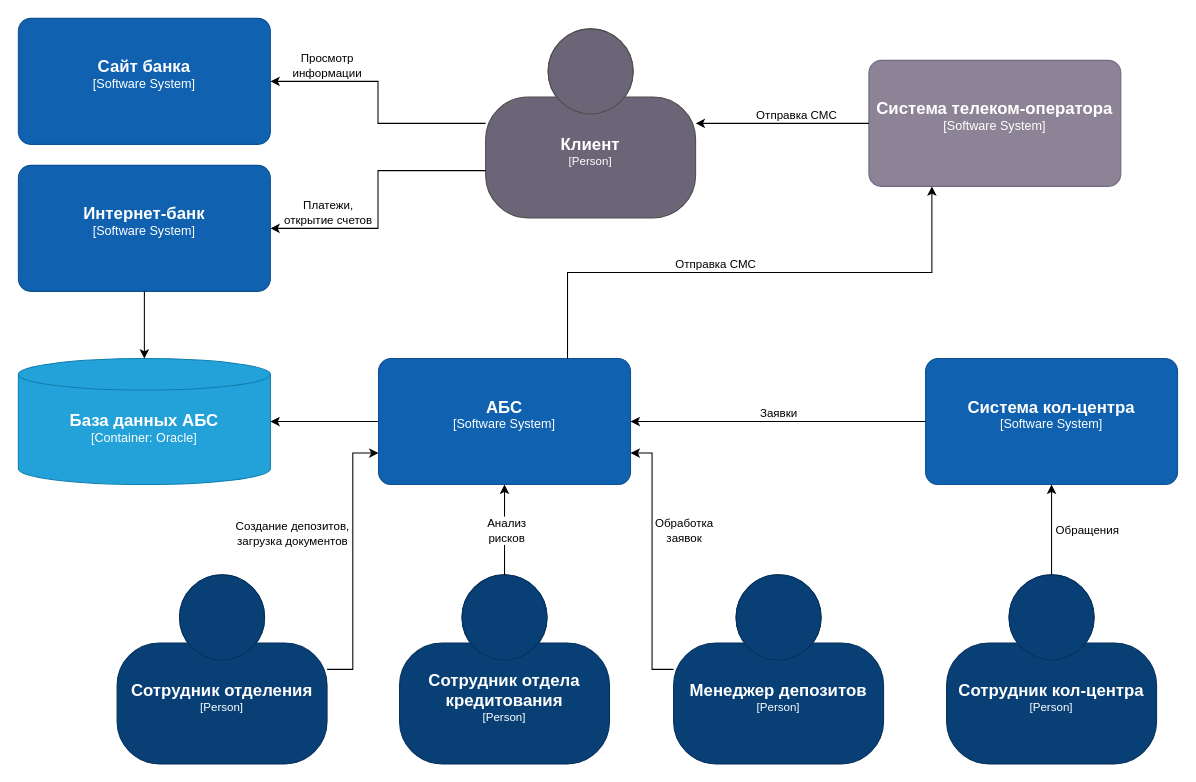
Above: page "integrations-as-is" (2 of 4) of diagrams.drawio in kmaslov/architecture-standart (draw.io), before the change. Source tidied: cells renumbered, new cells numbered last; positions are measured from the earlier drawing's top-left corner, leaving out a move shared by most shapes. Both pictures are drawn from the tidied source at 105%, with x=0, y=0 at pixel (18, 18).
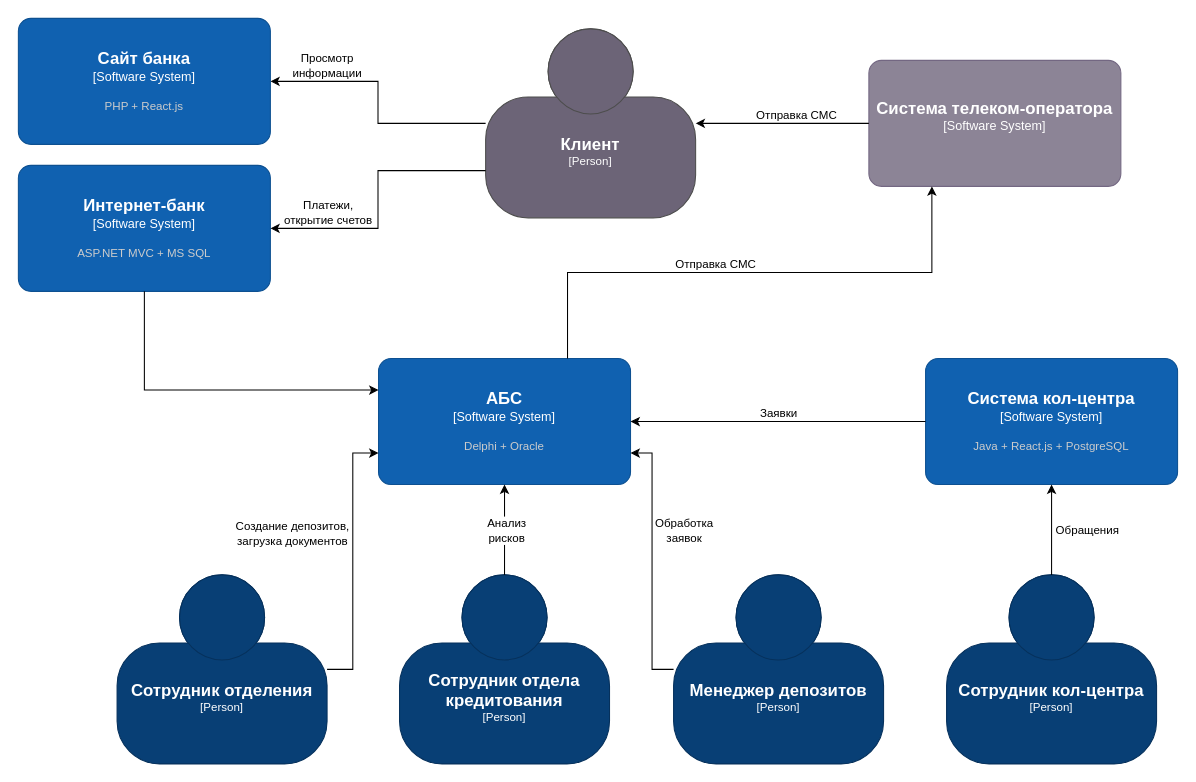
The same diagram, later.

The edit, as a diff of the source:
```diff
@@
-    <mxCell id="6" style="edgeStyle=orthogonalEdgeStyle;rounded=0;jettySize=auto;html=1;exitX=0;exitY=0.5;exitDx=0;exitDy=0;exitPerimeter=0;" parent="1" edge="1" source="7" target="15">
-      <mxGeometry relative="1" as="geometry" />
-    </mxCell>
-    <object id="7" label="&lt;font style=&quot;font-size: 16px&quot;&gt;&lt;b&gt;%c4Name%&lt;/b&gt;&lt;/font&gt;&lt;div&gt;[%c4Type%]&lt;/div&gt;&lt;br&gt;&lt;div&gt;&lt;font style=&quot;font-size: 11px&quot;&gt;&lt;font color=&quot;#cccccc&quot;&gt;%c4Description%&lt;/font&gt;&lt;/div&gt;" c4Description="" c4Name="АБС" c4Type="Software System" placeholders="1">
+    <object id="7" label="&lt;font style=&quot;font-size: 16px&quot;&gt;&lt;b&gt;%c4Name%&lt;/b&gt;&lt;/font&gt;&lt;div&gt;[%c4Type%]&lt;/div&gt;&lt;br&gt;&lt;div&gt;&lt;font style=&quot;font-size: 11px&quot;&gt;&lt;font color=&quot;#cccccc&quot;&gt;%c4Description%&lt;/font&gt;&lt;/div&gt;" c4Description="Delphi + Oracle" c4Name="АБС" c4Type="Software System" placeholders="1">
       <mxCell style="rounded=1;whiteSpace=wrap;html=1;labelBackgroundColor=none;fillColor=#1061B0;fontColor=#ffffff;align=center;arcSize=10;strokeColor=#0D5091;points=[[0.25,0,0],[0.5,0,0],[0.75,0,0],[1,0.25,0],[1,0.5,0],[1,0.75,0],[0.75,1,0],[0.5,1,0],[0.25,1,0],[0,0.75,0],[0,0.5,0],[0,0.25,0]];" parent="1" vertex="1">
         <mxGeometry x="343" y="324" width="240" height="120" as="geometry" />
       </mxCell>
     </object>
-    <object id="8" label="&lt;font style=&quot;font-size: 16px&quot;&gt;&lt;b&gt;%c4Name%&lt;/b&gt;&lt;/font&gt;&lt;div&gt;[%c4Type%]&lt;/div&gt;&lt;br&gt;&lt;div&gt;&lt;font style=&quot;font-size: 11px&quot;&gt;&lt;font color=&quot;#cccccc&quot;&gt;%c4Description%&lt;/font&gt;&lt;/div&gt;" c4Description="" c4Name="Система кол-центра" c4Type="Software System" placeholders="1">
+    <object id="8" label="&lt;font style=&quot;font-size: 16px&quot;&gt;&lt;b&gt;%c4Name%&lt;/b&gt;&lt;/font&gt;&lt;div&gt;[%c4Type%]&lt;/div&gt;&lt;br&gt;&lt;div&gt;&lt;font style=&quot;font-size: 11px&quot;&gt;&lt;font color=&quot;#cccccc&quot;&gt;%c4Description%&lt;/font&gt;&lt;/div&gt;" c4Description="Java + React.js + PostgreSQL" c4Name="Система кол-центра" c4Type="Software System" placeholders="1">
       <mxCell style="rounded=1;whiteSpace=wrap;html=1;labelBackgroundColor=none;fillColor=#1061B0;fontColor=#ffffff;align=center;arcSize=10;strokeColor=#0D5091;points=[[0.25,0,0],[0.5,0,0],[0.75,0,0],[1,0.25,0],[1,0.5,0],[1,0.75,0],[0.75,1,0],[0.5,1,0],[0.25,1,0],[0,0.75,0],[0,0.5,0],[0,0.25,0]];" parent="1" vertex="1">
         <mxGeometry x="864" y="324" width="240" height="120" as="geometry" />
       </mxCell>
     </object>
@@
-    <object id="13" label="&lt;font style=&quot;font-size: 16px&quot;&gt;&lt;b&gt;%c4Name%&lt;/b&gt;&lt;/font&gt;&lt;div&gt;[%c4Type%]&lt;/div&gt;&lt;br&gt;&lt;div&gt;&lt;font style=&quot;font-size: 11px&quot;&gt;&lt;font color=&quot;#cccccc&quot;&gt;%c4Description%&lt;/font&gt;&lt;/div&gt;" c4Description="" c4Name="Интернет-банк" c4Type="Software System" placeholders="1">
+    <object id="13" label="&lt;font style=&quot;font-size: 16px&quot;&gt;&lt;b&gt;%c4Name%&lt;/b&gt;&lt;/font&gt;&lt;div&gt;[%c4Type%]&lt;/div&gt;&lt;br&gt;&lt;div&gt;&lt;font style=&quot;font-size: 11px&quot;&gt;&lt;font color=&quot;#cccccc&quot;&gt;%c4Description%&lt;/font&gt;&lt;/div&gt;" c4Description="ASP.NET MVC + MS SQL" c4Name="Интернет-банк" c4Type="Software System" placeholders="1">
       <mxCell style="rounded=1;whiteSpace=wrap;html=1;labelBackgroundColor=none;fillColor=#1061B0;fontColor=#ffffff;align=center;arcSize=10;strokeColor=#0D5091;points=[[0.25,0,0],[0.5,0,0],[0.75,0,0],[1,0.25,0],[1,0.5,0],[1,0.75,0],[0.75,1,0],[0.5,1,0],[0.25,1,0],[0,0.75,0],[0,0.5,0],[0,0.25,0]];" parent="1" vertex="1">
         <mxGeometry y="140" width="240" height="120" as="geometry" />
       </mxCell>
     </object>
-    <object id="14" label="&lt;font style=&quot;font-size: 16px&quot;&gt;&lt;b&gt;%c4Name%&lt;/b&gt;&lt;/font&gt;&lt;div&gt;[%c4Type%]&lt;/div&gt;&lt;br&gt;&lt;div&gt;&lt;font style=&quot;font-size: 11px&quot;&gt;&lt;font color=&quot;#cccccc&quot;&gt;%c4Description%&lt;/font&gt;&lt;/div&gt;" c4Description="" c4Name="Сайт банка" c4Type="Software System" placeholders="1">
+    <object id="14" label="&lt;font style=&quot;font-size: 16px&quot;&gt;&lt;b&gt;%c4Name%&lt;/b&gt;&lt;/font&gt;&lt;div&gt;[%c4Type%]&lt;/div&gt;&lt;br&gt;&lt;div&gt;&lt;font style=&quot;font-size: 11px&quot;&gt;&lt;font color=&quot;#cccccc&quot;&gt;%c4Description%&lt;/font&gt;&lt;/div&gt;" c4Description="PHP + React.js" c4Name="Сайт банка" c4Type="Software System" placeholders="1">
       <mxCell style="rounded=1;whiteSpace=wrap;html=1;labelBackgroundColor=none;fillColor=#1061B0;fontColor=#ffffff;align=center;arcSize=10;strokeColor=#0D5091;points=[[0.25,0,0],[0.5,0,0],[0.75,0,0],[1,0.25,0],[1,0.5,0],[1,0.75,0],[0.75,1,0],[0.5,1,0],[0.25,1,0],[0,0.75,0],[0,0.5,0],[0,0.25,0]];" parent="1" vertex="1">
         <mxGeometry width="240" height="120" as="geometry" />
       </mxCell>
     </object>
-    <object id="15" label="&lt;font style=&quot;font-size: 16px&quot;&gt;&lt;b&gt;%c4Name%&lt;/b&gt;&lt;/font&gt;&lt;div&gt;[%c4Type%:&amp;nbsp;%c4Technology%]&lt;/div&gt;&lt;br&gt;&lt;div&gt;&lt;font style=&quot;font-size: 11px&quot;&gt;&lt;font color=&quot;#E6E6E6&quot;&gt;%c4Description%&lt;/font&gt;&lt;/div&gt;" c4Description="" c4Name="База данных АБС" c4Technology="Oracle" c4Type="Container" placeholders="1">
-      <mxCell style="shape=cylinder3;size=15;whiteSpace=wrap;html=1;boundedLbl=1;rounded=0;labelBackgroundColor=none;fillColor=#23A2D9;fontSize=12;fontColor=#ffffff;align=center;strokeColor=#0E7DAD;points=[[0.5,0,0],[1,0.25,0],[1,0.5,0],[1,0.75,0],[0.5,1,0],[0,0.75,0],[0,0.5,0],[0,0.25,0]];" parent="1" vertex="1">
-        <mxGeometry y="324" width="240" height="120" as="geometry" />
-      </mxCell>
-    </object>
@@
-    <mxCell id="18" style="edgeStyle=orthogonalEdgeStyle;rounded=0;jettySize=auto;html=1;entryX=0.5;entryY=0;entryDx=0;entryDy=0;entryPerimeter=0;" parent="1" edge="1" source="13" target="15">
-      <mxGeometry relative="1" as="geometry" />
-    </mxCell>
@@
+    <mxCell id="33" style="edgeStyle=orthogonalEdgeStyle;rounded=0;jettySize=auto;html=1;exitX=0.5;exitY=1;exitDx=0;exitDy=0;exitPerimeter=0;entryX=0;entryY=0.25;entryDx=0;entryDy=0;entryPerimeter=0;" parent="1" edge="1" source="13" target="7">
+      <mxGeometry relative="1" as="geometry" />
+    </mxCell>
```
